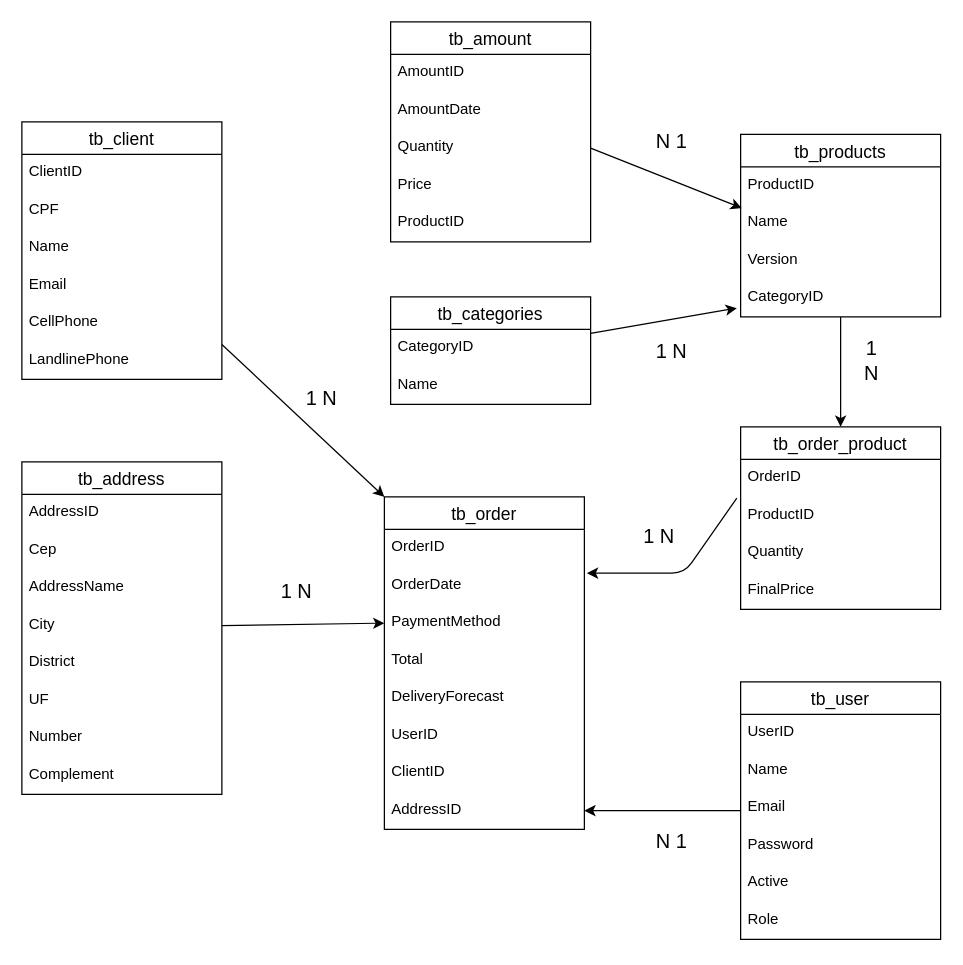
Above: Doc/DB/BD.Drawio in JoaopedroSassi/GoldCS-BackEnd (draw.io), before the change. Source tidied: cells renumbered, new cells numbered last; positions are measured from the earlier drawing's top-left corner, leaving out a move shared by most shapes. Both pictures are drawn from the tidied source at 125%, with x=0, y=0 at pixel (21, 21).
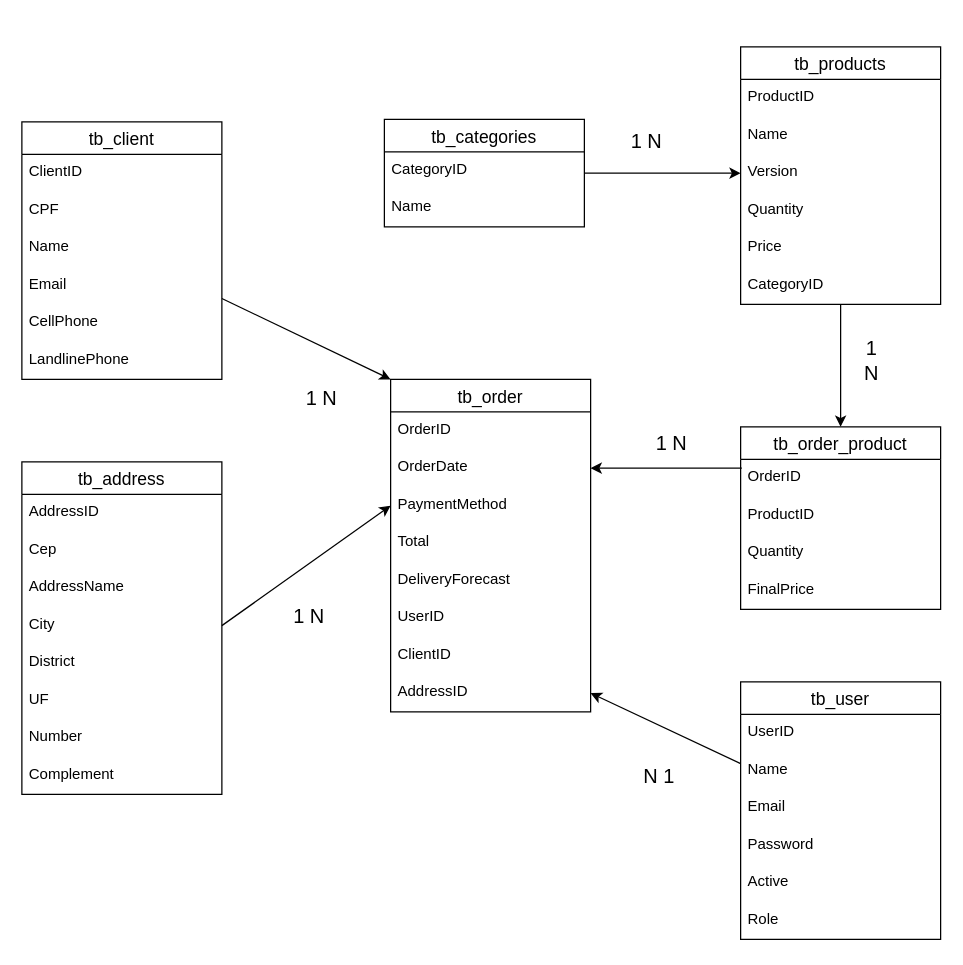
The same page after the edit.

Commit message (it also covers changes not shown here):
Remove amount - Quantity  e Price no Product

Unchanged cells that the change refers to:
```xml
<mxCell id="4" value="OrderDate" style="text;strokeColor=none;fillColor=none;spacingLeft=4;spacingRight=4;overflow=hidden;points=[[0,0.5],[1,0.5]];portConstraint=eastwest;fontSize=12;" parent="2" vertex="1">
  <mxGeometry y="56" width="160" height="30" as="geometry" />
</mxCell>
<mxCell id="20" value="Name" style="text;strokeColor=none;fillColor=none;spacingLeft=4;spacingRight=4;overflow=hidden;points=[[0,0.5],[1,0.5]];portConstraint=eastwest;fontSize=12;" parent="18" vertex="1">
  <mxGeometry y="56" width="160" height="30" as="geometry" />
</mxCell>
<mxCell id="21" value="Version" style="text;strokeColor=none;fillColor=none;spacingLeft=4;spacingRight=4;overflow=hidden;points=[[0,0.5],[1,0.5]];portConstraint=eastwest;fontSize=12;" parent="18" vertex="1">
  <mxGeometry y="86" width="160" height="30" as="geometry" />
</mxCell>
<mxCell id="25" value="OrderID" style="text;strokeColor=none;fillColor=none;spacingLeft=4;spacingRight=4;overflow=hidden;points=[[0,0.5],[1,0.5]];portConstraint=eastwest;fontSize=12;" parent="24" vertex="1">
  <mxGeometry y="26" width="160" height="30" as="geometry" />
</mxCell>
```

Diff of the diagram source:
```diff
@@
     <mxCell id="2" value="tb_order" style="swimlane;fontStyle=0;horizontal=1;startSize=26;align=center;fontSize=14;" parent="1" vertex="1">
-      <mxGeometry x="290" y="380" width="160" height="266" as="geometry" />
+      <mxGeometry x="295" y="286" width="160" height="266" as="geometry" />
     </mxCell>
@@
-    <mxCell id="11" value="tb_amount" style="swimlane;fontStyle=0;horizontal=1;startSize=26;align=center;fontSize=14;" parent="1" vertex="1">
-      <mxGeometry x="295" width="160" height="176" as="geometry" />
-    </mxCell>
-    <mxCell id="12" value="AmountID" style="text;strokeColor=none;fillColor=none;spacingLeft=4;spacingRight=4;overflow=hidden;fontSize=12;" parent="11" vertex="1">
-      <mxGeometry y="26" width="160" height="30" as="geometry" />
-    </mxCell>
-    <mxCell id="13" value="AmountDate" style="text;strokeColor=none;fillColor=none;spacingLeft=4;spacingRight=4;overflow=hidden;fontSize=12;" parent="11" vertex="1">
-      <mxGeometry y="56" width="160" height="30" as="geometry" />
-    </mxCell>
-    <mxCell id="14" value="Quantity" style="text;strokeColor=none;fillColor=none;spacingLeft=4;spacingRight=4;overflow=hidden;points=[[0,0.5],[1,0.5]];portConstraint=eastwest;fontSize=12;" parent="11" vertex="1">
-      <mxGeometry y="86" width="160" height="30" as="geometry" />
-    </mxCell>
-    <mxCell id="15" value="Price" style="text;strokeColor=none;fillColor=none;spacingLeft=4;spacingRight=4;overflow=hidden;fontSize=12;" parent="11" vertex="1">
-      <mxGeometry y="116" width="160" height="30" as="geometry" />
-    </mxCell>
-    <mxCell id="16" value="ProductID" style="text;strokeColor=none;fillColor=none;spacingLeft=4;spacingRight=4;overflow=hidden;fontSize=12;" parent="11" vertex="1">
-      <mxGeometry y="146" width="160" height="30" as="geometry" />
-    </mxCell>
@@
     <mxCell id="18" value="tb_products" style="swimlane;fontStyle=0;horizontal=1;startSize=26;align=center;fontSize=14;" parent="1" vertex="1">
-      <mxGeometry x="575" y="90" width="160" height="146" as="geometry" />
+      <mxGeometry x="575" y="20" width="160" height="206" as="geometry" />
     </mxCell>
@@
+    <mxCell id="14" value="Quantity" style="text;strokeColor=none;fillColor=none;spacingLeft=4;spacingRight=4;overflow=hidden;points=[[0,0.5],[1,0.5]];portConstraint=eastwest;fontSize=12;" parent="18" vertex="1">
+      <mxGeometry y="116" width="160" height="30" as="geometry" />
+    </mxCell>
+    <mxCell id="15" value="Price" style="text;strokeColor=none;fillColor=none;spacingLeft=4;spacingRight=4;overflow=hidden;fontSize=12;" parent="18" vertex="1">
+      <mxGeometry y="146" width="160" height="30" as="geometry" />
+    </mxCell>
     <mxCell id="22" value="CategoryID" style="text;strokeColor=none;fillColor=none;spacingLeft=4;spacingRight=4;overflow=hidden;points=[[0,0.5],[1,0.5]];portConstraint=eastwest;fontSize=12;" parent="18" vertex="1">
-      <mxGeometry y="116" width="160" height="30" as="geometry" />
+      <mxGeometry y="176" width="160" height="30" as="geometry" />
     </mxCell>
-    <mxCell id="23" style="edgeStyle=none;html=1;entryX=1.013;entryY=0.167;entryDx=0;entryDy=0;entryPerimeter=0;fontSize=16;exitX=-0.019;exitY=1.033;exitDx=0;exitDy=0;exitPerimeter=0;" parent="1" edge="1" source="25" target="4">
-      <mxGeometry relative="1" as="geometry">
-        <Array as="points">
-          <mxPoint x="530" y="441" />
-        </Array>
-      </mxGeometry>
-    </mxCell>
@@
-    <mxCell id="29" style="edgeStyle=none;html=1;entryX=0.006;entryY=0.1;entryDx=0;entryDy=0;entryPerimeter=0;exitX=1;exitY=0.5;exitDx=0;exitDy=0;" parent="1" edge="1" source="14" target="20">
-      <mxGeometry relative="1" as="geometry" />
-    </mxCell>
-    <mxCell id="30" value="&lt;font style=&quot;font-size: 16px;&quot;&gt;N 1&lt;/font&gt;" style="text;html=1;strokeColor=none;fillColor=none;align=center;verticalAlign=middle;whiteSpace=wrap;rounded=0;" parent="1" vertex="1">
-      <mxGeometry x="490" y="80" width="60" height="30" as="geometry" />
-    </mxCell>
     <mxCell id="31" value="&lt;font style=&quot;font-size: 16px;&quot;&gt;1 N&lt;/font&gt;" style="text;html=1;strokeColor=none;fillColor=none;align=center;verticalAlign=middle;whiteSpace=wrap;rounded=0;" parent="1" vertex="1">
-      <mxGeometry x="480" y="396" width="60" height="30" as="geometry" />
+      <mxGeometry x="490" y="322" width="60" height="30" as="geometry" />
     </mxCell>
@@
     <mxCell id="51" value="&lt;font style=&quot;font-size: 16px;&quot;&gt;1 N&lt;/font&gt;" style="text;html=1;strokeColor=none;fillColor=none;align=center;verticalAlign=middle;whiteSpace=wrap;rounded=0;" parent="1" vertex="1">
-      <mxGeometry x="190" y="440" width="60" height="30" as="geometry" />
+      <mxGeometry x="200" y="460" width="60" height="30" as="geometry" />
     </mxCell>
@@
     <mxCell id="61" value="&lt;span style=&quot;font-size: 16px;&quot;&gt;N 1&lt;br&gt;&lt;/span&gt;" style="text;html=1;strokeColor=none;fillColor=none;align=center;verticalAlign=middle;whiteSpace=wrap;rounded=0;" parent="1" vertex="1">
-      <mxGeometry x="490" y="640" width="60" height="30" as="geometry" />
+      <mxGeometry x="480" y="588" width="60" height="30" as="geometry" />
     </mxCell>
-    <mxCell id="62" style="edgeStyle=none;html=1;entryX=-0.019;entryY=0.767;entryDx=0;entryDy=0;entryPerimeter=0;" parent="1" edge="1" source="63" target="22">
+    <mxCell id="62" style="edgeStyle=none;html=1;entryX=0;entryY=0.5;entryDx=0;entryDy=0;" parent="1" edge="1" source="63" target="21">
       <mxGeometry relative="1" as="geometry" />
     </mxCell>
     <mxCell id="63" value="tb_categories" style="swimlane;fontStyle=0;horizontal=1;startSize=26;align=center;fontSize=14;" parent="1" vertex="1">
-      <mxGeometry x="295" y="220" width="160" height="86" as="geometry" />
+      <mxGeometry x="290" y="78" width="160" height="86" as="geometry" />
     </mxCell>
@@
     <mxCell id="66" value="&lt;font style=&quot;font-size: 16px;&quot;&gt;1 N&lt;/font&gt;" style="text;html=1;strokeColor=none;fillColor=none;align=center;verticalAlign=middle;whiteSpace=wrap;rounded=0;" parent="1" vertex="1">
-      <mxGeometry x="490" y="248" width="60" height="30" as="geometry" />
+      <mxGeometry x="470" y="80" width="60" height="30" as="geometry" />
     </mxCell>
+    <mxCell id="23" style="edgeStyle=none;html=1;entryX=1;entryY=0.5;entryDx=0;entryDy=0;fontSize=16;exitX=0.006;exitY=0.233;exitDx=0;exitDy=0;exitPerimeter=0;" parent="1" edge="1" source="25" target="4">
+      <mxGeometry relative="1" as="geometry" />
+    </mxCell>
```
